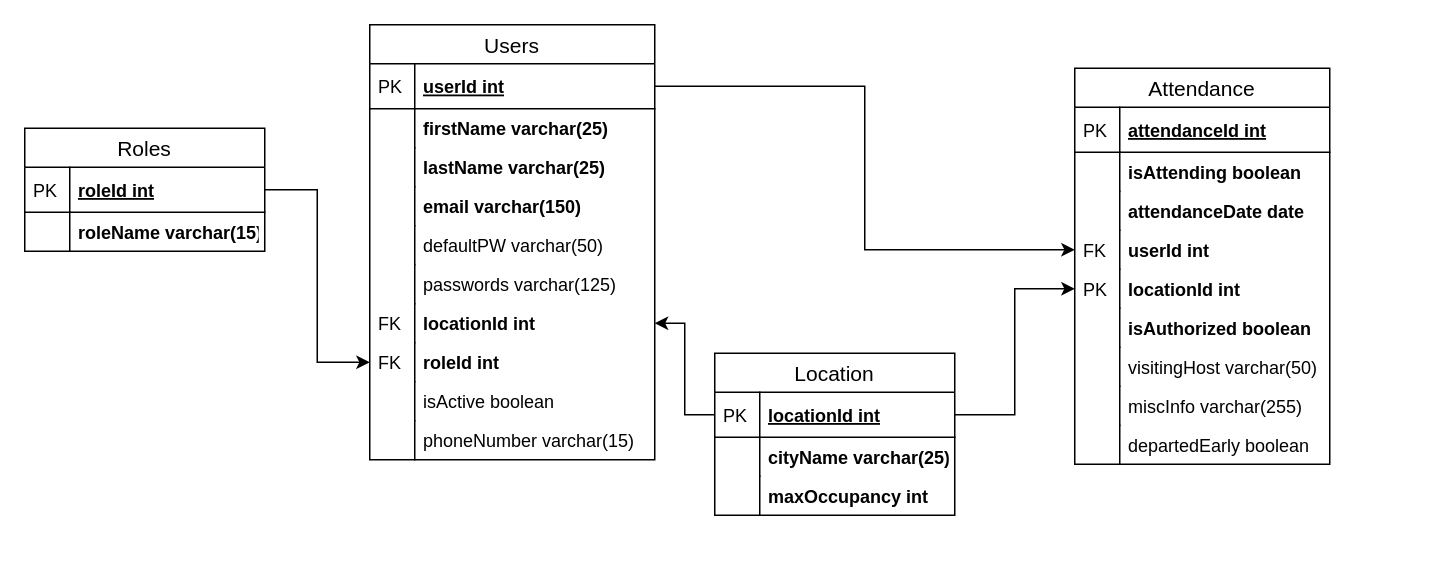
Earlier version of the draw.io diagram Documentations/ElephantERD.drawio (dev10-BackToWork/Elephant). Source tidied: cells renumbered, new cells numbered last; positions are measured from the earlier drawing's top-left corner, leaving out a move shared by most shapes. Both pictures are drawn from the tidied source at 150%, with x=0, y=0 at pixel (24, 24).
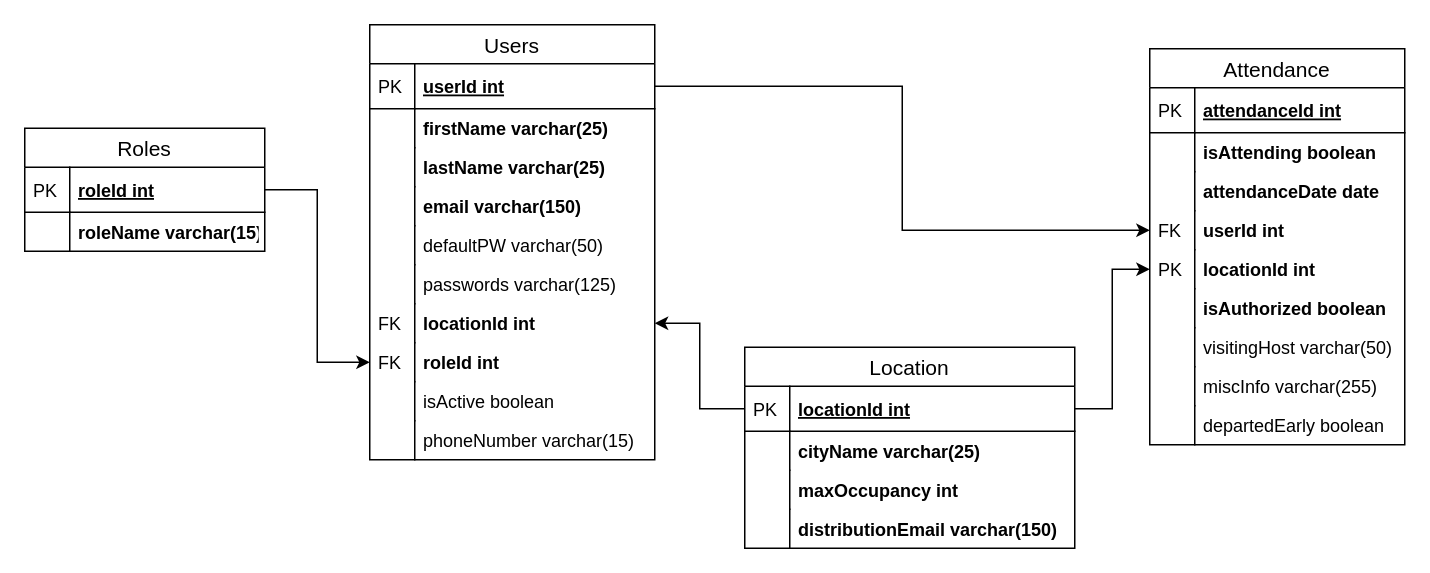
After the change.

Change to the diagram source:
```diff
@@
     <mxCell id="32" value="Location" style="swimlane;fontStyle=0;horizontal=1;startSize=26;align=center;fontSize=14;" parent="1" vertex="1">
-      <mxGeometry x="460" y="219" width="160" height="108" as="geometry" />
+      <mxGeometry x="480" y="215" width="220" height="134" as="geometry" />
     </mxCell>
     <mxCell id="33" value="locationId int" style="shape=partialRectangle;top=0;left=0;right=0;bottom=1;align=left;verticalAlign=middle;fillColor=none;spacingLeft=34;spacingRight=4;overflow=hidden;points=[[0,0.5],[1,0.5]];portConstraint=eastwest;fontStyle=5;fontSize=12;" parent="32" vertex="1">
-      <mxGeometry y="26" width="160" height="30" as="geometry" />
+      <mxGeometry y="26" width="220" height="30" as="geometry" />
     </mxCell>
@@
     <mxCell id="35" value="cityName varchar(25)" style="shape=partialRectangle;top=0;left=0;right=0;bottom=0;align=left;verticalAlign=top;fillColor=none;spacingLeft=34;spacingRight=4;overflow=hidden;fontSize=12;fontStyle=1;" parent="32" vertex="1">
-      <mxGeometry y="56" width="160" height="26" as="geometry" />
+      <mxGeometry y="56" width="220" height="26" as="geometry" />
     </mxCell>
@@
     <mxCell id="37" value="maxOccupancy int" style="shape=partialRectangle;top=0;left=0;right=0;bottom=0;align=left;verticalAlign=top;fillColor=none;spacingLeft=34;spacingRight=4;overflow=hidden;fontSize=12;fontStyle=1;" parent="32" vertex="1">
-      <mxGeometry y="82" width="160" height="26" as="geometry" />
+      <mxGeometry y="82" width="220" height="26" as="geometry" />
     </mxCell>
@@
+    <mxCell id="58" value="distributionEmail varchar(150)" style="shape=partialRectangle;top=0;left=0;right=0;bottom=0;align=left;verticalAlign=top;fillColor=none;spacingLeft=34;spacingRight=4;overflow=hidden;fontSize=12;fontStyle=1;" parent="32" vertex="1">
+      <mxGeometry y="108" width="220" height="26" as="geometry" />
+    </mxCell>
+    <mxCell id="59" style="shape=partialRectangle;top=0;left=0;bottom=0;fillColor=none;align=left;verticalAlign=top;spacingLeft=4;spacingRight=4;overflow=hidden;fontSize=12;" parent="58" vertex="1">
+      <mxGeometry width="30" height="26" as="geometry" />
+    </mxCell>
     <mxCell id="39" value="Attendance" style="swimlane;fontStyle=0;horizontal=1;startSize=26;align=center;fontSize=14;" parent="1" vertex="1">
-      <mxGeometry x="700" y="29" width="170" height="264" as="geometry" />
+      <mxGeometry x="750" y="16" width="170" height="264" as="geometry" />
     </mxCell>
```
